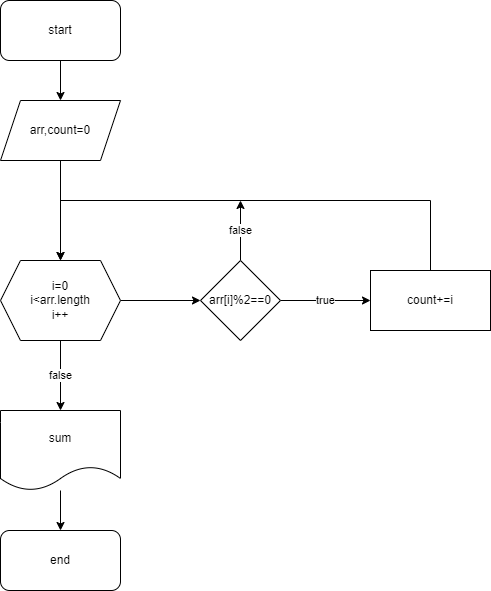
This is arr-task2.png from MubarizAgayev/arraytasks, a draw.io export, as it was before one commit. Source tidied: cells renumbered, new cells last; positions are measured from the earlier drawing's top-left corner, leaving out a move shared by most shapes.
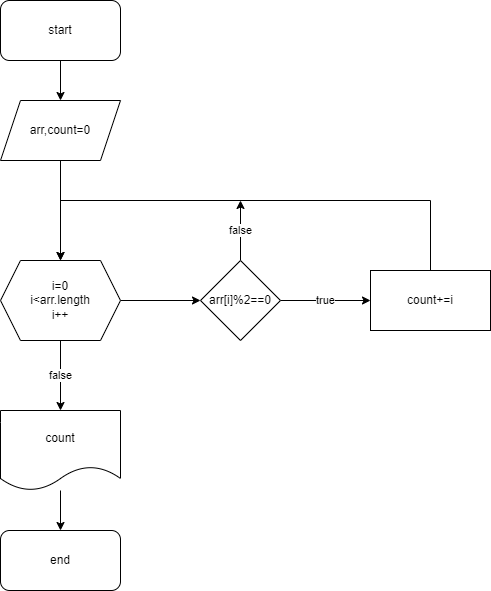
Later version of the same file.

Commit message:
array tasks

The edit, as a diff of the source:
```diff
@@ -48,7 +48,7 @@
     <mxCell id="14" style="edgeStyle=orthogonalEdgeStyle;rounded=0;jettySize=auto;html=1;" parent="1" edge="1" source="15" target="16">
       <mxGeometry relative="1" as="geometry" />
     </mxCell>
-    <mxCell id="15" value="sum" style="shape=document;whiteSpace=wrap;html=1;boundedLbl=1;" parent="1" vertex="1">
+    <mxCell id="15" value="count" style="shape=document;whiteSpace=wrap;html=1;boundedLbl=1;" parent="1" vertex="1">
       <mxGeometry y="410" width="120" height="80" as="geometry" />
     </mxCell>
     <mxCell id="16" value="end" style="rounded=1;whiteSpace=wrap;html=1;" parent="1" vertex="1">
```
